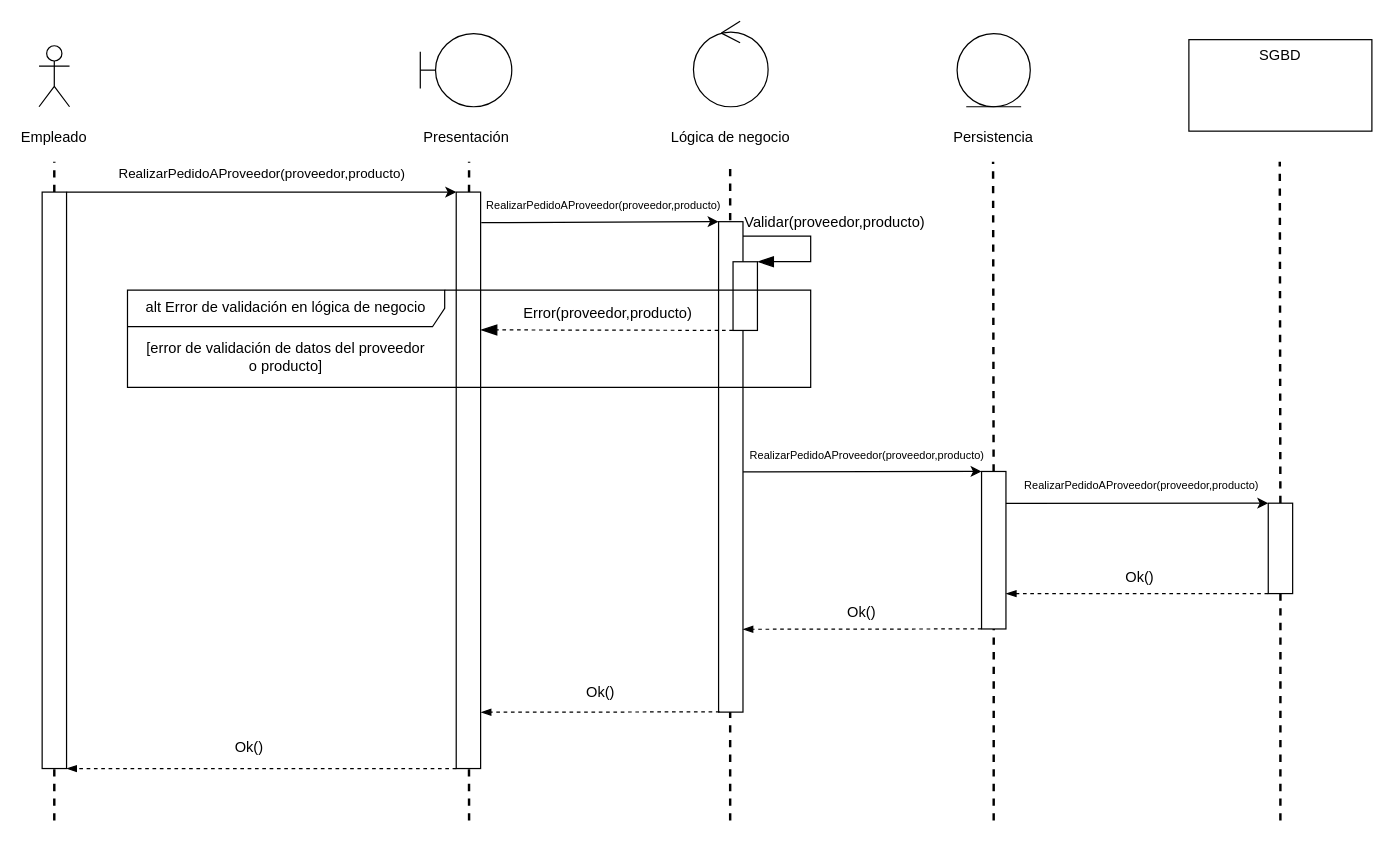
felipescalera/Proyecto-IR keeps this draw.io diagram as diagramas/diagramas de secuencia/PedidoAProveedor.drawio. Above is the earlier version. Source tidied: cells renumbered, new cells numbered last; positions are measured from the earlier drawing's top-left corner, leaving out a move shared by most shapes. Both pictures are drawn from the tidied source at 122%, with x=0, y=0 at pixel (-234, 21).
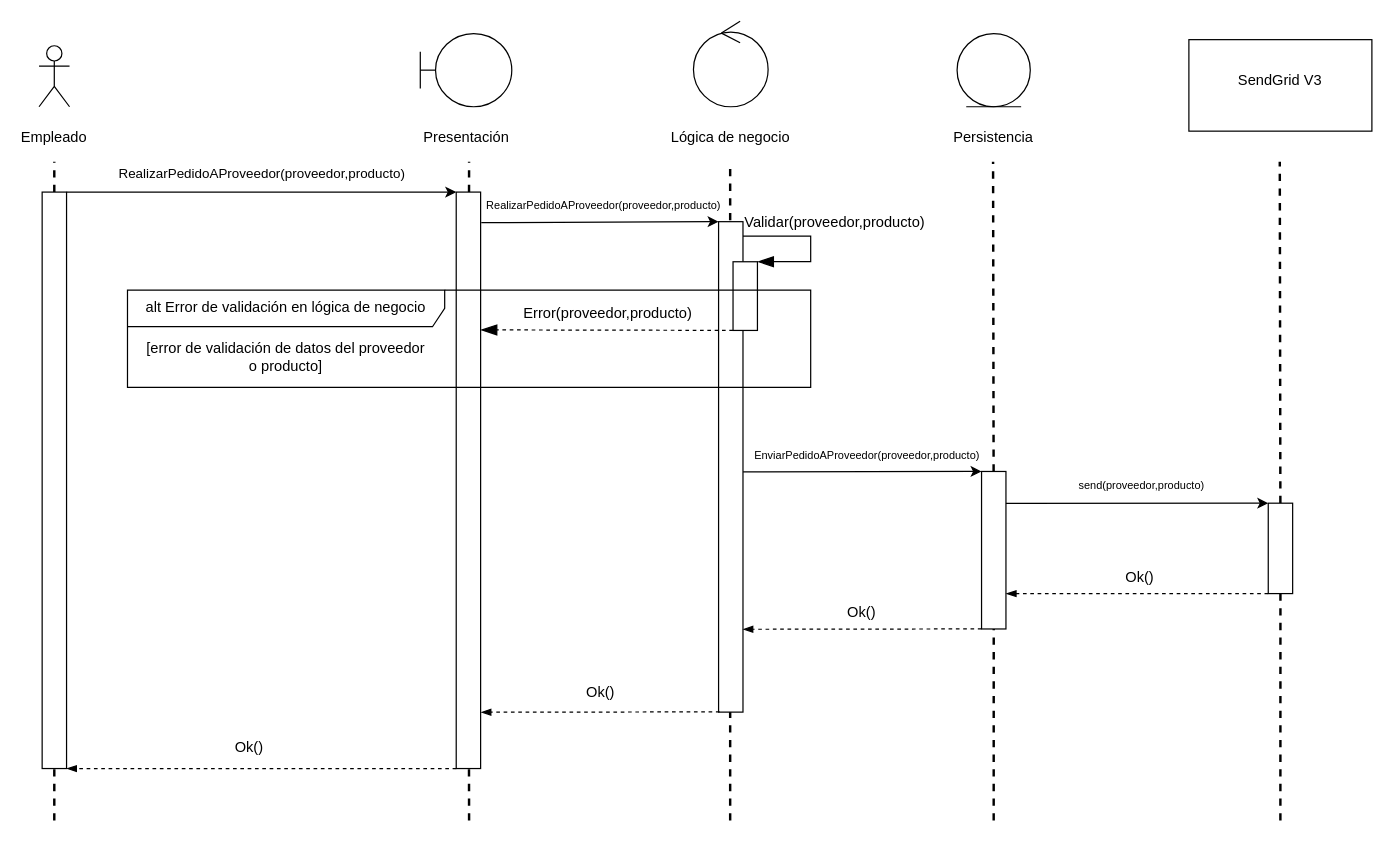
Above is the later version.

Commit message (it also covers changes not shown here):
Incluidos los diagramas de secuencias y sus descripciones

Unchanged cells that the change refers to:
```xml
<mxCell id="2" style="group;" parent="1" vertex="1">
  <mxGeometry x="1166" y="15" width="150" height="75" as="geometry" />
</mxCell>
<mxCell id="35" style="endArrow=classic;html=1;entryX=0;entryY=1;entryDx=0;entryDy=0;exitX=0.51;exitY=-0.004;exitDx=0;exitDy=0;exitPerimeter=0;" parent="1" edge="1" source="26" target="27">
  <mxGeometry relative="1" as="geometry" />
</mxCell>
<mxCell id="37" style="endArrow=classic;html=1;exitX=0.202;exitY=0;exitDx=0;exitDy=0;entryX=0;entryY=1;entryDx=0;entryDy=0;exitPerimeter=0;" parent="1" edge="1" source="27" target="29">
  <mxGeometry relative="1" as="geometry" />
</mxCell>
```

What changed in the source:
```diff
@@
-    <mxCell id="4" value="SGBD" style="text;html=1;strokeColor=none;fillColor=none;align=center;verticalAlign=middle;whiteSpace=wrap;rounded=0;fontColor=none;" parent="2" vertex="1">
-      <mxGeometry x="50" width="50" height="25" as="geometry" />
+    <mxCell id="4" value="SendGrid V3" style="text;html=1;strokeColor=none;fillColor=none;align=center;verticalAlign=middle;whiteSpace=wrap;rounded=0;fontColor=none;" parent="2" vertex="1">
+      <mxGeometry x="30" y="21" width="90" height="25" as="geometry" />
     </mxCell>
@@
-    <mxCell id="36" value="&lt;font style=&quot;font-size: 9px&quot;&gt;RealizarPedidoAProveedor(proveedor,producto)&lt;/font&gt;" style="edgeLabel;html=1;align=center;verticalAlign=middle;" parent="35" vertex="1">
+    <mxCell id="36" value="&lt;font style=&quot;font-size: 9px&quot;&gt;EnviarPedidoAProveedor(proveedor,producto)&lt;/font&gt;" style="edgeLabel;html=1;align=center;verticalAlign=middle;" parent="35" vertex="1">
       <mxGeometry x="0.03" relative="1" as="geometry">
         <mxPoint x="-0.3" y="-15" as="offset" />
       </mxGeometry>
     </mxCell>
@@
-    <mxCell id="38" value="&lt;font style=&quot;font-size: 9px&quot;&gt;RealizarPedidoAProveedor(proveedor,producto)&lt;/font&gt;" style="edgeLabel;html=1;align=center;verticalAlign=middle;" parent="37" vertex="1">
+    <mxCell id="38" value="&lt;font style=&quot;font-size: 9px&quot;&gt;send(proveedor,producto)&lt;/font&gt;" style="edgeLabel;html=1;align=center;verticalAlign=middle;" parent="37" vertex="1">
       <mxGeometry x="0.03" relative="1" as="geometry">
         <mxPoint x="-0.3" y="-15" as="offset" />
       </mxGeometry>
     </mxCell>
```
